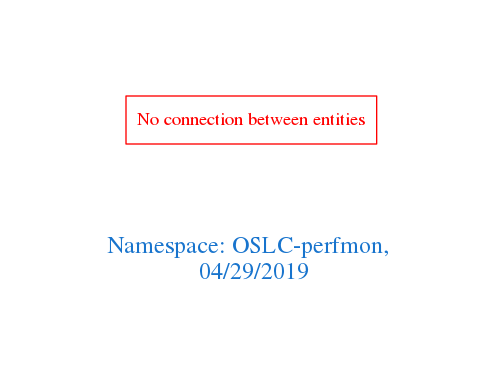
Before: downloads/OSLC-perfmon.png, a diagram exported from Graphviz (arago/OGIT). Its source is kept beside it as downloads/OSLC-perfmon.dot.
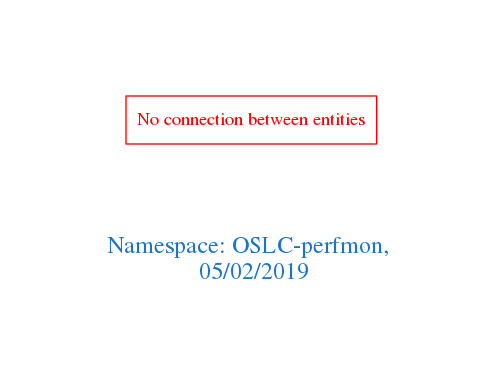
The same diagram one commit later.

Change to the diagram source:
```diff
@@ -1,7 +1,7 @@
 digraph OGIT_ontology {
  graph [ rankdir= LR,pad=1
 fontsize = 18,
-fontcolor= dodgerblue3,label = "\n\n\nNamespace: OSLC-perfmon, \n 04/29/2019"];
+fontcolor= dodgerblue3,label = "\n\n\nNamespace: OSLC-perfmon, \n 05/02/2019"];
 node[shape=polygon];
 edge [  color="gray81"];
 
```
